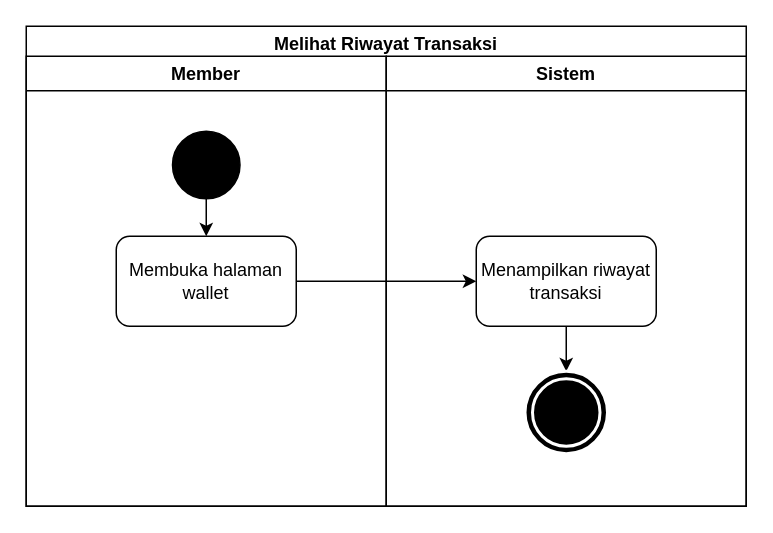
Earlier version of the draw.io diagram Diagram/Activity Diagram/12. melihat daftar transaksi.drawio (techie-jhs/thesis). Source tidied: cells renumbered, new cells numbered last; positions are measured from the earlier drawing's top-left corner, leaving out a move shared by most shapes. Both pictures are drawn from the tidied source at 150%, with x=0, y=0 at pixel (26, 26).
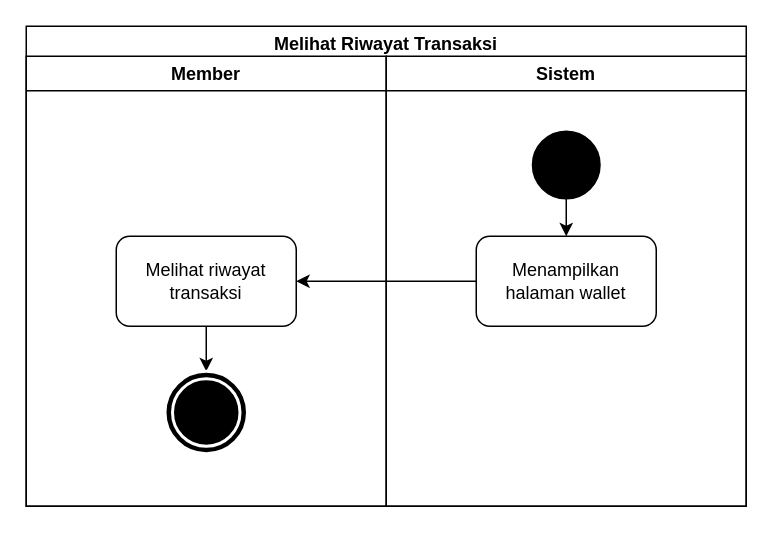
The same diagram, later.

Change to the diagram source:
```diff
@@
 <mxGraphModel>
   <root>
     <mxCell id="0" />
     <mxCell id="1" parent="0" />
     <mxCell id="2" value="Melihat Riwayat Transaksi" style="swimlane;fillColor=none;" parent="1" vertex="1">
       <mxGeometry width="480" height="320" as="geometry" />
     </mxCell>
     <mxCell id="3" value="Member" style="swimlane;" parent="2" vertex="1">
       <mxGeometry y="20" width="240" height="300" as="geometry" />
     </mxCell>
-    <mxCell id="4" style="edgeStyle=orthogonalEdgeStyle;rounded=0;jettySize=auto;html=1;" parent="3" edge="1" source="5" target="6">
-      <mxGeometry relative="1" as="geometry" />
-    </mxCell>
+    <mxCell id="12" style="edgeStyle=orthogonalEdgeStyle;rounded=0;jettySize=auto;html=1;" parent="3" edge="1" source="6" target="10">
+      <mxGeometry relative="1" as="geometry" />
+    </mxCell>
+    <mxCell id="6" value="Melihat riwayat transaksi" style="rounded=1;whiteSpace=wrap;html=1;fillColor=none;" parent="3" vertex="1">
+      <mxGeometry x="60" y="120" width="120" height="60" as="geometry" />
+    </mxCell>
+    <mxCell id="10" style="ellipse;shape=doubleEllipse;whiteSpace=wrap;html=1;fillColor=#000000;strokeColor=#FFFFFF;strokeWidth=2;" parent="3" vertex="1">
+      <mxGeometry x="92.5" y="210" width="55" height="55" as="geometry" />
+    </mxCell>
+    <mxCell id="7" value="Sistem" style="swimlane;" parent="2" vertex="1">
+      <mxGeometry x="240" y="20" width="240" height="300" as="geometry" />
+    </mxCell>
+    <mxCell id="9" value="Menampilkan halaman wallet" style="rounded=1;whiteSpace=wrap;html=1;fillColor=none;" parent="7" vertex="1">
+      <mxGeometry x="60" y="120" width="120" height="60" as="geometry" />
+    </mxCell>
+    <mxCell id="13" style="edgeStyle=orthogonalEdgeStyle;rounded=0;jettySize=auto;html=1;" parent="7" edge="1" source="5" target="9">
+      <mxGeometry relative="1" as="geometry" />
+    </mxCell>
-    <mxCell id="5" style="ellipse;whiteSpace=wrap;html=1;fillColor=#000000;" parent="3" vertex="1">
+    <mxCell id="5" style="ellipse;whiteSpace=wrap;html=1;fillColor=#000000;" parent="7" vertex="1">
       <mxGeometry x="97.5" y="50" width="45" height="45" as="geometry" />
     </mxCell>
-    <mxCell id="6" value="Membuka halaman wallet" style="rounded=1;whiteSpace=wrap;html=1;fillColor=none;" parent="3" vertex="1">
-      <mxGeometry x="60" y="120" width="120" height="60" as="geometry" />
-    </mxCell>
-    <mxCell id="7" value="Sistem" style="swimlane;" parent="2" vertex="1">
-      <mxGeometry x="240" y="20" width="240" height="300" as="geometry" />
-    </mxCell>
-    <mxCell id="8" style="edgeStyle=orthogonalEdgeStyle;rounded=0;jettySize=auto;html=1;" parent="7" edge="1" source="9" target="10">
-      <mxGeometry relative="1" as="geometry" />
-    </mxCell>
-    <mxCell id="9" value="Menampilkan riwayat transaksi" style="rounded=1;whiteSpace=wrap;html=1;fillColor=none;" parent="7" vertex="1">
-      <mxGeometry x="60" y="120" width="120" height="60" as="geometry" />
-    </mxCell>
-    <mxCell id="10" style="ellipse;shape=doubleEllipse;whiteSpace=wrap;html=1;fillColor=#000000;strokeColor=#FFFFFF;strokeWidth=2;" parent="7" vertex="1">
-      <mxGeometry x="92.5" y="210" width="55" height="55" as="geometry" />
-    </mxCell>
-    <mxCell id="11" style="edgeStyle=orthogonalEdgeStyle;rounded=0;jettySize=auto;html=1;" parent="2" edge="1" source="6" target="9">
-      <mxGeometry relative="1" as="geometry" />
-    </mxCell>
+    <mxCell id="14" style="edgeStyle=orthogonalEdgeStyle;rounded=0;jettySize=auto;html=1;" parent="2" edge="1" source="9" target="6">
+      <mxGeometry relative="1" as="geometry" />
+    </mxCell>
   </root>
 </mxGraphModel>
```
